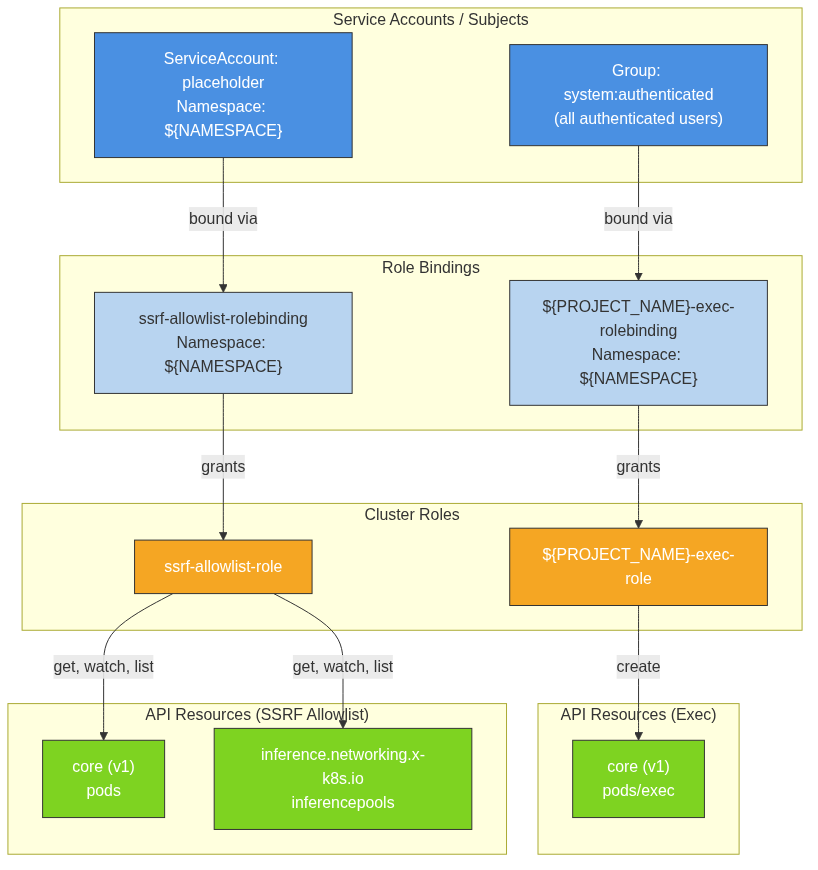
This is architecture/rhoai.next/diagrams/llm-d-routing-sidecar-rbac.png from rhuss/architecture-context, a Mermaid export, as it was before one commit. Its source is kept beside it as architecture/rhoai.next/diagrams/llm-d-routing-sidecar-rbac.mmd.
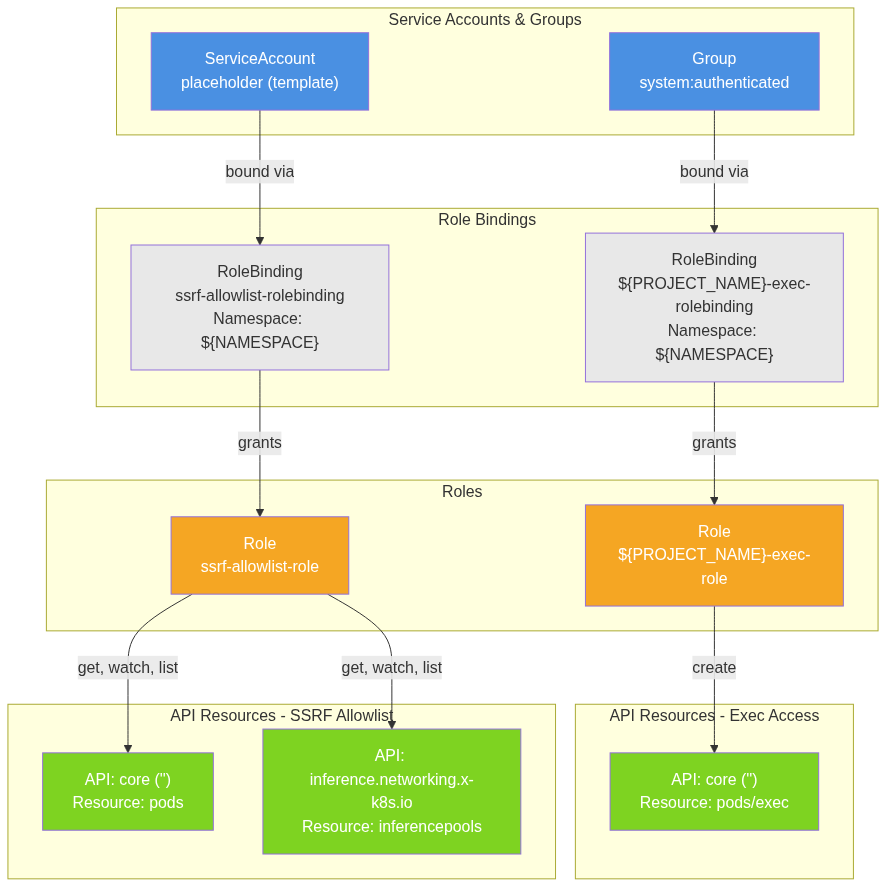
After the change.

The edit, as a diff of the source:
```diff
@@ -1,26 +1,26 @@
 graph TD
-    subgraph ServiceAccounts["Service Accounts / Subjects"]
-        SA_Placeholder["ServiceAccount: placeholder<br/>Namespace: ${NAMESPACE}"]
-        Group_Auth["Group: system:authenticated<br/>(all authenticated users)"]
+    subgraph "Service Accounts & Groups"
+        SA_Placeholder["ServiceAccount<br/>placeholder (template)"]
+        Group_Auth["Group<br/>system:authenticated"]
     end
 
-    subgraph RoleBindings["Role Bindings"]
-        RB_Exec["${PROJECT_NAME}-exec-rolebinding<br/>Namespace: ${NAMESPACE}"]
-        RB_SSRF["ssrf-allowlist-rolebinding<br/>Namespace: ${NAMESPACE}"]
+    subgraph "Role Bindings"
+        RB_Exec["RoleBinding<br/>${PROJECT_NAME}-exec-rolebinding<br/>Namespace: ${NAMESPACE}"]
+        RB_SSRF["RoleBinding<br/>ssrf-allowlist-rolebinding<br/>Namespace: ${NAMESPACE}"]
     end
 
-    subgraph Roles["Cluster Roles"]
-        Role_Exec["${PROJECT_NAME}-exec-role"]
-        Role_SSRF["ssrf-allowlist-role"]
+    subgraph "Roles"
+        Role_Exec["Role<br/>${PROJECT_NAME}-exec-role"]
+        Role_SSRF["Role<br/>ssrf-allowlist-role"]
     end
 
-    subgraph Resources_Exec["API Resources (Exec)"]
-        PodsExec["core (v1)<br/>pods/exec"]
+    subgraph "API Resources - Exec Access"
+        PodsExec["API: core ('')<br/>Resource: pods/exec"]
     end
 
-    subgraph Resources_SSRF["API Resources (SSRF Allowlist)"]
-        Pods["core (v1)<br/>pods"]
-        InferencePools["inference.networking.x-k8s.io<br/>inferencepools"]
+    subgraph "API Resources - SSRF Allowlist"
+        Pods["API: core ('')<br/>Resource: pods"]
+        InferencePools["API: inference.networking.x-k8s.io<br/>Resource: inferencepools"]
     end
 
     Group_Auth -->|"bound via"| RB_Exec
@@ -32,12 +32,12 @@
     Role_SSRF -->|"get, watch, list"| Pods
     Role_SSRF -->|"get, watch, list"| InferencePools
 
-    style SA_Placeholder fill:#4a90e2,stroke:#333,color:#fff
-    style Group_Auth fill:#4a90e2,stroke:#333,color:#fff
-    style RB_Exec fill:#b8d4f0,stroke:#333
-    style RB_SSRF fill:#b8d4f0,stroke:#333
-    style Role_Exec fill:#f5a623,stroke:#333,color:#fff
-    style Role_SSRF fill:#f5a623,stroke:#333,color:#fff
-    style PodsExec fill:#7ed321,stroke:#333,color:#fff
-    style Pods fill:#7ed321,stroke:#333,color:#fff
-    style InferencePools fill:#7ed321,stroke:#333,color:#fff
+    style SA_Placeholder fill:#4a90e2,color:#fff
+    style Group_Auth fill:#4a90e2,color:#fff
+    style RB_Exec fill:#e8e8e8
+    style RB_SSRF fill:#e8e8e8
+    style Role_Exec fill:#f5a623,color:#fff
+    style Role_SSRF fill:#f5a623,color:#fff
+    style PodsExec fill:#7ed321,color:#fff
+    style Pods fill:#7ed321,color:#fff
+    style InferencePools fill:#7ed321,color:#fff
```
